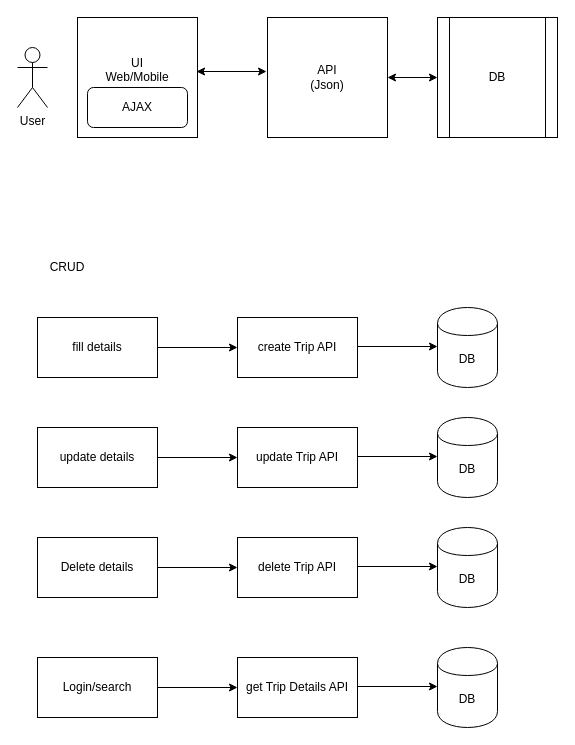
Earlier version of the draw.io diagram design-copa.drawio (designdreams/copa-api). Source tidied: cells renumbered, new cells numbered last; positions are measured from the earlier drawing's top-left corner, leaving out a move shared by most shapes. Both pictures are drawn from the tidied source at 100%, with x=0, y=0 at pixel (17, 17).
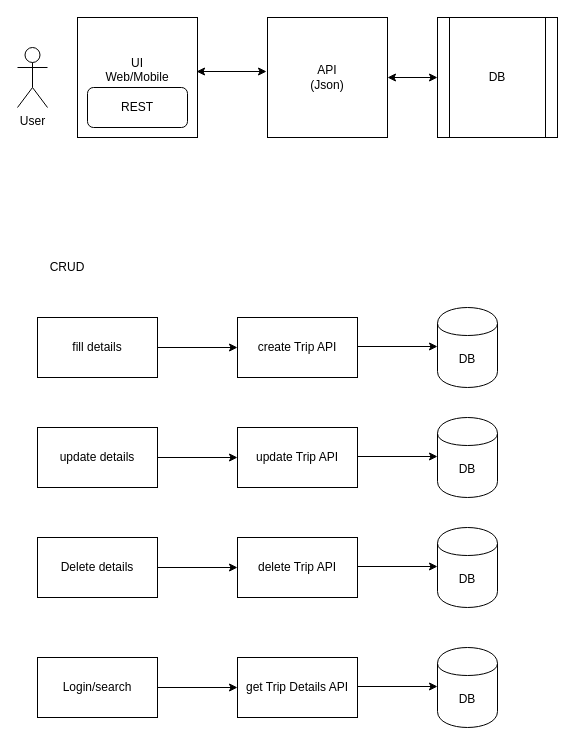
After the change.

The edit, as a diff of the source:
```diff
@@
-    <mxCell id="3" value="AJAX" style="rounded=1;whiteSpace=wrap;html=1;" parent="1" vertex="1">
+    <mxCell id="3" value="REST" style="rounded=1;whiteSpace=wrap;html=1;" parent="1" vertex="1">
       <mxGeometry x="70" y="70" width="100" height="40" as="geometry" />
     </mxCell>
```
